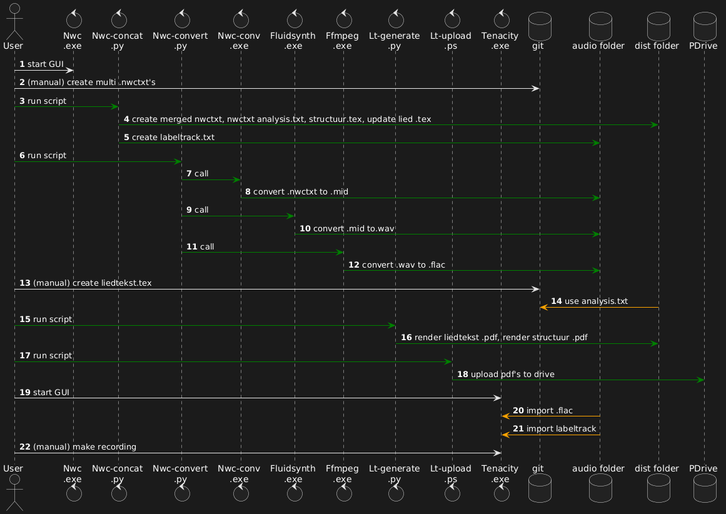
Earlier version of the PlantUML export project/schema_black.png (real70discohits/liedteksten-code).
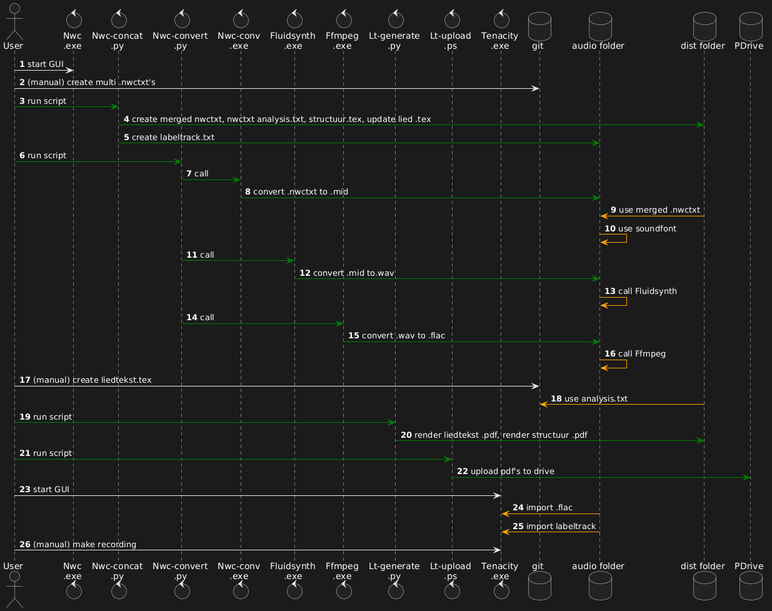
Later version of the same file.

Change to the diagram source:
```diff
@@ -23,10 +23,14 @@
 u1 -[#green]> nwconvpy : run script
 nwconvpy -[#green]> nwconvexe : call
 nwconvexe -[#green]> audio_output_folder: convert .nwctxt to .mid
+dist -[#orange]> audio_output_folder: use merged .nwctxt
+audio_output_folder -[#orange]> audio_output_folder: use soundfont
 nwconvpy -[#green]> fluid : call
 fluid -[#green]> audio_output_folder: convert .mid to.wav
+audio_output_folder -[#orange]> audio_output_folder: call Fluidsynth
 nwconvpy -[#green]> ffmpeg : call
 ffmpeg -[#green]> audio_output_folder: convert .wav to .flac
+audio_output_folder -[#orange]> audio_output_folder: call Ffmpeg
 u1 -> repos: (manual) create liedtekst.tex
 dist -[#orange]> repos: use analysis.txt
 u1 -[#green]> ltgenerate : run script
```
